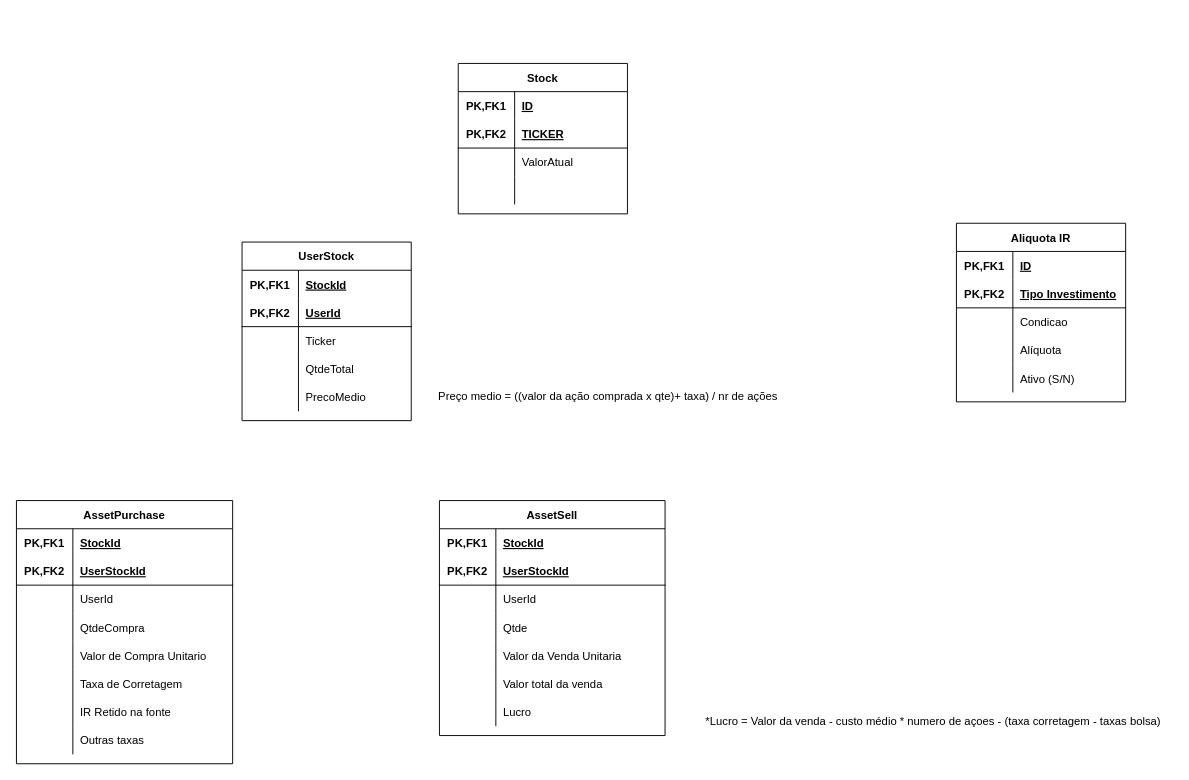
Earlier version of the draw.io diagram page "E-R" (3 of 3) of docs/Diagrams.drawio (juniobiel/FinanceApi). Source tidied: cells renumbered, new cells numbered last; positions are measured from the earlier drawing's top-left corner, leaving out a move shared by most shapes. Both pictures are drawn from the tidied source at 94%, with x=0, y=0 at pixel (16, 63).
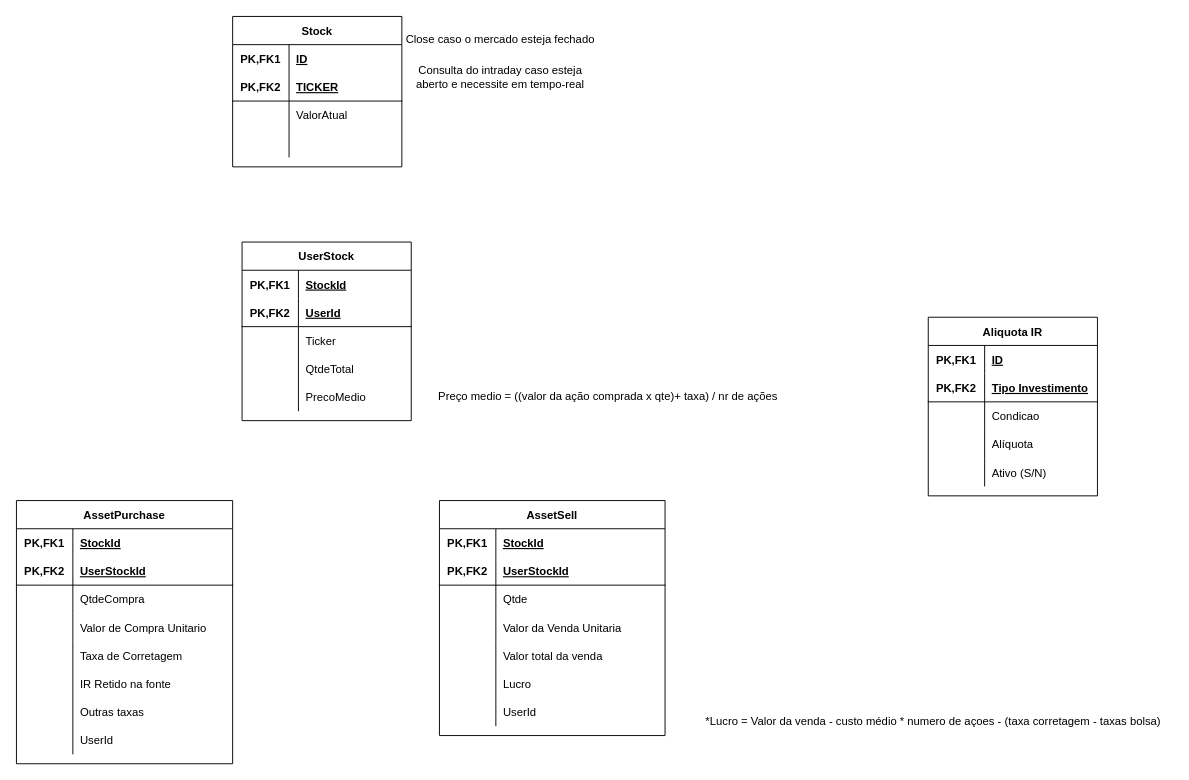
Above is the later version.

Commit message (it also covers changes not shown here):
Consulta na AlphaVantage API

Unchanged cells that the change refers to:
```xml
<mxCell id="31" value="AssetPurchase" style="shape=table;startSize=30;childLayout=tableLayout;rowLines=0;fontStyle=1;align=center;" parent="1" vertex="1">
  <mxGeometry y="465" width="230" height="280" as="geometry" />
</mxCell>
<mxCell id="56" value="AssetSell" style="shape=table;startSize=30;childLayout=tableLayout;rowLines=0;fontStyle=1;align=center;" parent="1" vertex="1">
  <mxGeometry x="450" y="465" width="240" height="250" as="geometry" />
</mxCell>
```

Change to the diagram source:
```diff
@@
     <mxCell id="18" value="Stock" style="shape=table;startSize=30;childLayout=tableLayout;rowLines=0;fontStyle=1;align=center;" parent="1" vertex="1">
-      <mxGeometry x="470" width="180" height="160" as="geometry" />
+      <mxGeometry x="230" y="-50" width="180" height="160" as="geometry" />
     </mxCell>
@@
-    <mxCell id="38" style="shape=tableRow;horizontal=0;startSize=0;swimlaneHead=0;swimlaneBody=0;fillColor=none;top=0;left=0;right=0;bottom=0;" parent="31" vertex="1">
-      <mxGeometry y="90" width="230" height="30" as="geometry" />
-    </mxCell>
-    <mxCell id="39" style="shape=partialRectangle;fillColor=none;top=0;left=0;bottom=0;right=0;overflow=hidden;" parent="38" vertex="1">
-      <mxGeometry width="60" height="30" as="geometry" />
-    </mxCell>
-    <mxCell id="40" value="UserId" style="shape=partialRectangle;fillColor=none;top=0;left=0;bottom=0;right=0;align=left;spacingLeft=6;overflow=hidden;" parent="38" vertex="1">
-      <mxGeometry x="60" width="170" height="30" as="geometry" />
-    </mxCell>
     <mxCell id="41" style="shape=tableRow;horizontal=0;startSize=0;swimlaneHead=0;swimlaneBody=0;fillColor=none;top=0;left=0;right=0;bottom=0;" parent="31" vertex="1">
-      <mxGeometry y="120" width="230" height="30" as="geometry" />
+      <mxGeometry y="90" width="230" height="30" as="geometry" />
     </mxCell>
@@
     <mxCell id="44" style="shape=tableRow;horizontal=0;startSize=0;swimlaneHead=0;swimlaneBody=0;fillColor=none;top=0;left=0;right=0;bottom=0;" parent="31" vertex="1">
-      <mxGeometry y="150" width="230" height="30" as="geometry" />
+      <mxGeometry y="120" width="230" height="30" as="geometry" />
     </mxCell>
@@
     <mxCell id="47" style="shape=tableRow;horizontal=0;startSize=0;swimlaneHead=0;swimlaneBody=0;fillColor=none;top=0;left=0;right=0;bottom=0;" parent="31" vertex="1">
-      <mxGeometry y="180" width="230" height="30" as="geometry" />
+      <mxGeometry y="150" width="230" height="30" as="geometry" />
     </mxCell>
@@
     <mxCell id="50" style="shape=tableRow;horizontal=0;startSize=0;swimlaneHead=0;swimlaneBody=0;fillColor=none;top=0;left=0;right=0;bottom=0;" parent="31" vertex="1">
-      <mxGeometry y="210" width="230" height="30" as="geometry" />
+      <mxGeometry y="180" width="230" height="30" as="geometry" />
     </mxCell>
@@
     <mxCell id="53" style="shape=tableRow;horizontal=0;startSize=0;swimlaneHead=0;swimlaneBody=0;fillColor=none;top=0;left=0;right=0;bottom=0;" parent="31" vertex="1">
-      <mxGeometry y="240" width="230" height="30" as="geometry" />
+      <mxGeometry y="210" width="230" height="30" as="geometry" />
     </mxCell>
@@
+    <mxCell id="38" style="shape=tableRow;horizontal=0;startSize=0;swimlaneHead=0;swimlaneBody=0;fillColor=none;top=0;left=0;right=0;bottom=0;" parent="31" vertex="1">
+      <mxGeometry y="240" width="230" height="30" as="geometry" />
+    </mxCell>
+    <mxCell id="39" style="shape=partialRectangle;fillColor=none;top=0;left=0;bottom=0;right=0;overflow=hidden;" parent="38" vertex="1">
+      <mxGeometry width="60" height="30" as="geometry" />
+    </mxCell>
+    <mxCell id="40" value="UserId" style="shape=partialRectangle;fillColor=none;top=0;left=0;bottom=0;right=0;align=left;spacingLeft=6;overflow=hidden;" parent="38" vertex="1">
+      <mxGeometry x="60" width="170" height="30" as="geometry" />
+    </mxCell>
@@
-    <mxCell id="63" style="shape=tableRow;horizontal=0;startSize=0;swimlaneHead=0;swimlaneBody=0;fillColor=none;top=0;left=0;right=0;bottom=0;" parent="56" vertex="1">
-      <mxGeometry y="90" width="240" height="30" as="geometry" />
-    </mxCell>
-    <mxCell id="64" style="shape=partialRectangle;fillColor=none;top=0;left=0;bottom=0;right=0;overflow=hidden;" parent="63" vertex="1">
-      <mxGeometry width="60" height="30" as="geometry" />
-    </mxCell>
-    <mxCell id="65" value="UserId" style="shape=partialRectangle;fillColor=none;top=0;left=0;bottom=0;right=0;align=left;spacingLeft=6;overflow=hidden;" parent="63" vertex="1">
-      <mxGeometry x="60" width="180" height="30" as="geometry" />
-    </mxCell>
     <mxCell id="66" style="shape=tableRow;horizontal=0;startSize=0;swimlaneHead=0;swimlaneBody=0;fillColor=none;top=0;left=0;right=0;bottom=0;" parent="56" vertex="1">
-      <mxGeometry y="120" width="240" height="30" as="geometry" />
+      <mxGeometry y="90" width="240" height="30" as="geometry" />
     </mxCell>
@@
     <mxCell id="69" style="shape=tableRow;horizontal=0;startSize=0;swimlaneHead=0;swimlaneBody=0;fillColor=none;top=0;left=0;right=0;bottom=0;" parent="56" vertex="1">
-      <mxGeometry y="150" width="240" height="30" as="geometry" />
+      <mxGeometry y="120" width="240" height="30" as="geometry" />
     </mxCell>
@@
     <mxCell id="72" style="shape=tableRow;horizontal=0;startSize=0;swimlaneHead=0;swimlaneBody=0;fillColor=none;top=0;left=0;right=0;bottom=0;" parent="56" vertex="1">
-      <mxGeometry y="180" width="240" height="30" as="geometry" />
+      <mxGeometry y="150" width="240" height="30" as="geometry" />
     </mxCell>
@@
     <mxCell id="75" style="shape=tableRow;horizontal=0;startSize=0;swimlaneHead=0;swimlaneBody=0;fillColor=none;top=0;left=0;right=0;bottom=0;" parent="56" vertex="1">
-      <mxGeometry y="210" width="240" height="30" as="geometry" />
+      <mxGeometry y="180" width="240" height="30" as="geometry" />
     </mxCell>
@@
+    <mxCell id="63" style="shape=tableRow;horizontal=0;startSize=0;swimlaneHead=0;swimlaneBody=0;fillColor=none;top=0;left=0;right=0;bottom=0;" parent="56" vertex="1">
+      <mxGeometry y="210" width="240" height="30" as="geometry" />
+    </mxCell>
+    <mxCell id="64" style="shape=partialRectangle;fillColor=none;top=0;left=0;bottom=0;right=0;overflow=hidden;" parent="63" vertex="1">
+      <mxGeometry width="60" height="30" as="geometry" />
+    </mxCell>
+    <mxCell id="65" value="UserId" style="shape=partialRectangle;fillColor=none;top=0;left=0;bottom=0;right=0;align=left;spacingLeft=6;overflow=hidden;" parent="63" vertex="1">
+      <mxGeometry x="60" width="180" height="30" as="geometry" />
+    </mxCell>
@@
     <mxCell id="80" value="Aliquota IR" style="shape=table;startSize=30;childLayout=tableLayout;rowLines=0;fontStyle=1;align=center;" parent="1" vertex="1">
-      <mxGeometry x="1000" y="170" width="180" height="190" as="geometry" />
+      <mxGeometry x="970" y="270" width="180" height="190" as="geometry" />
     </mxCell>
@@
+    <mxCell id="96" value="Close caso o mercado esteja fechado" style="text;html=1;strokeColor=none;fillColor=none;align=center;verticalAlign=middle;whiteSpace=wrap;rounded=0;" parent="1" vertex="1">
+      <mxGeometry x="410" y="-40" width="210" height="30" as="geometry" />
+    </mxCell>
+    <mxCell id="97" value="Consulta do intraday caso esteja aberto e necessite em tempo-real" style="text;html=1;strokeColor=none;fillColor=none;align=center;verticalAlign=middle;whiteSpace=wrap;rounded=0;" parent="1" vertex="1">
+      <mxGeometry x="410" width="210" height="30" as="geometry" />
+    </mxCell>
```
